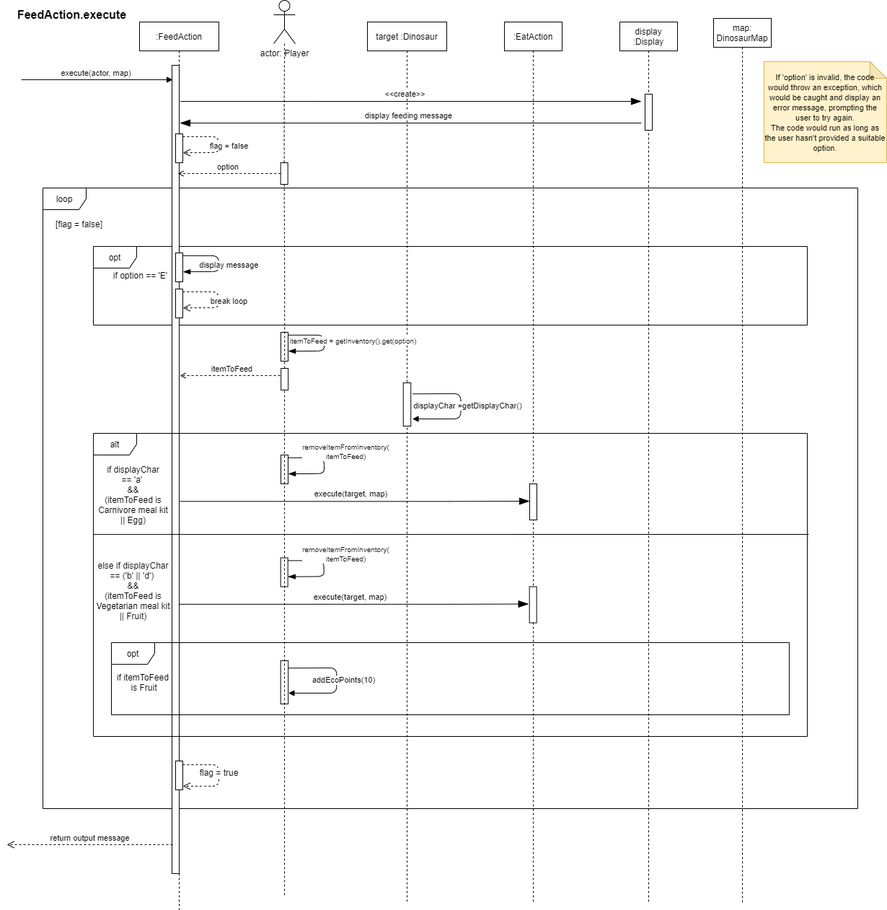
mltw/fit2099-jurassic-park-2021 keeps this draw.io diagram as assignment_workings/FeedAction.execute.png. Above is the earlier version. Source tidied: cells renumbered, new cells last; positions are measured from the earlier drawing's top-left corner, leaving out a move shared by most shapes.
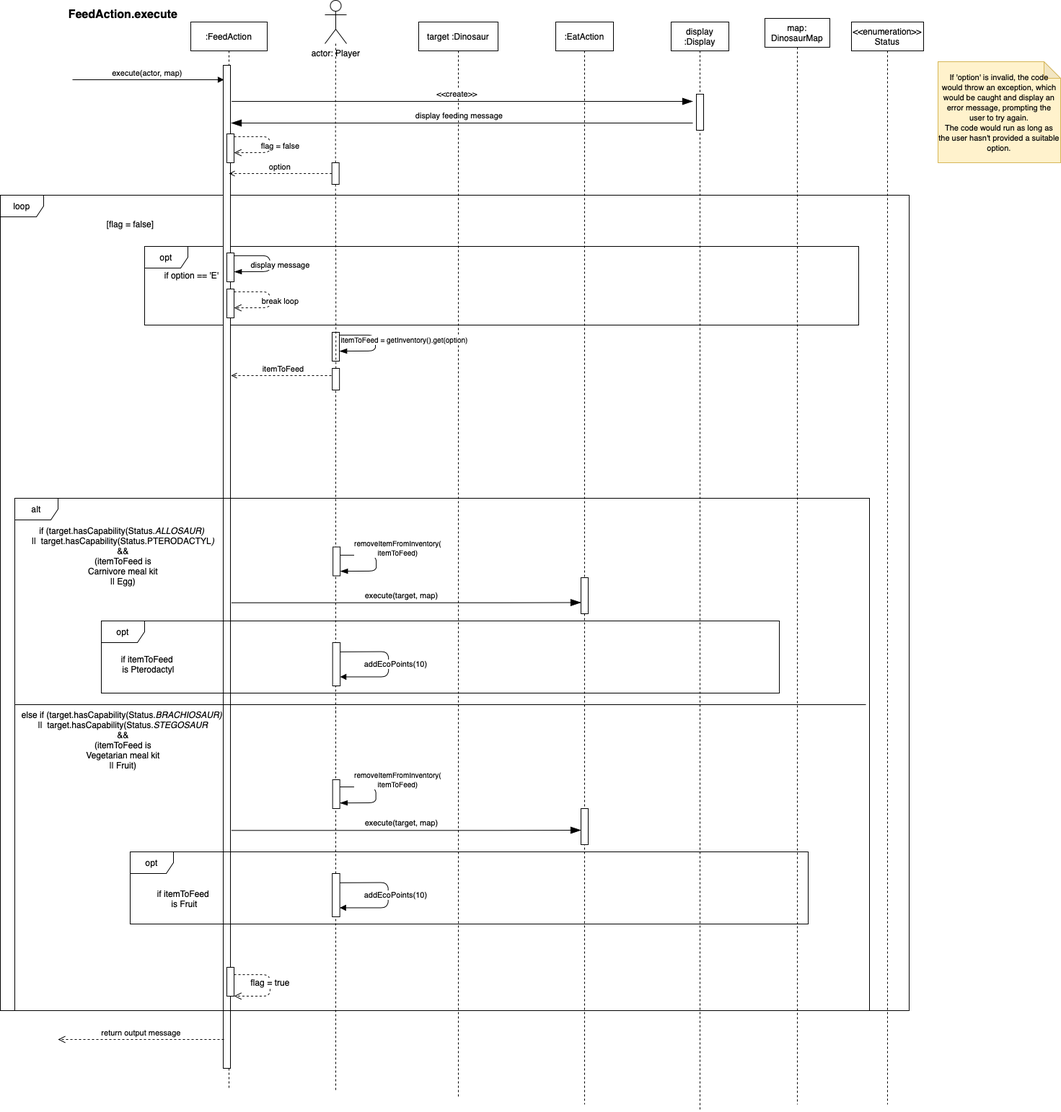
Above is the later version.

Commit message:
update FeedAction sequence diagram

The edit, as a diff of the source:
```diff
@@ -2,20 +2,28 @@
   <root>
     <mxCell id="0" />
     <mxCell id="1" parent="0" />
+    <mxCell id="54" style="endArrow=none;dashed=1;html=1;rounded=0;edgeStyle=orthogonalEdgeStyle;" parent="1" edge="1" target="53">
+      <mxGeometry relative="1" as="geometry">
+        <mxPoint x="385" y="1510" as="sourcePoint" />
+        <Array as="points">
+          <mxPoint x="385" y="985" />
+        </Array>
+      </mxGeometry>
+    </mxCell>
     <mxCell id="2" value="opt" style="shape=umlFrame;whiteSpace=wrap;html=1;" parent="1" vertex="1">
       <mxGeometry x="120" y="341" width="990" height="109" as="geometry" />
     </mxCell>
     <mxCell id="3" value="loop" style="shape=umlFrame;whiteSpace=wrap;html=1;" parent="1" vertex="1">
-      <mxGeometry x="50" y="260" width="1130" height="860" as="geometry" />
+      <mxGeometry x="-80" y="270" width="1260" height="1130" as="geometry" />
     </mxCell>
     <mxCell id="4" value="[flag = false]" style="text;html=1;align=center;verticalAlign=middle;strokeColor=none;" parent="1" vertex="1">
       <mxGeometry x="60" y="300" width="80" height="20" as="geometry" />
     </mxCell>
     <mxCell id="5" value=":FeedAction" style="shape=umlLifeline;perimeter=lifelinePerimeter;whiteSpace=wrap;html=1;" parent="1" vertex="1">
-      <mxGeometry x="184" y="30" width="110" height="1230" as="geometry" />
+      <mxGeometry x="184" y="30" width="106" height="1480" as="geometry" />
     </mxCell>
     <mxCell id="6" style="html=1;perimeter=orthogonalPerimeter;" parent="5" vertex="1">
-      <mxGeometry x="45" y="60" width="10" height="1120" as="geometry" />
+      <mxGeometry x="45" y="60" width="10" height="1390" as="geometry" />
     </mxCell>
     <mxCell id="7" style="html=1;perimeter=orthogonalPerimeter;" parent="5" vertex="1">
       <mxGeometry x="50" y="155" width="10" height="40" as="geometry" />
@@ -60,38 +68,25 @@
       </mxGeometry>
     </mxCell>
     <mxCell id="13" style="html=1;perimeter=orthogonalPerimeter;" parent="5" vertex="1">
-      <mxGeometry x="50" y="1024" width="10" height="40" as="geometry" />
+      <mxGeometry x="50" y="1310" width="10" height="40" as="geometry" />
     </mxCell>
     <mxCell id="14" value="&lt;font style=&quot;font-size: 12px&quot;&gt;flag = true&lt;/font&gt;" style="html=1;verticalAlign=bottom;endArrow=open;endSize=8;entryX=0.983;entryY=0.807;entryDx=0;entryDy=0;entryPerimeter=0;endFill=0;dashed=1;" parent="5" edge="1">
-      <mxGeometry as="geometry">
-        <mxPoint x="60" y="1029.1" as="sourcePoint" />
-        <mxPoint x="60.2" y="1058.9" as="targetPoint" />
+      <mxGeometry y="291" as="geometry">
+        <mxPoint x="60" y="1320.1" as="sourcePoint" />
+        <mxPoint x="60.2" y="1349.9" as="targetPoint" />
         <Array as="points">
-          <mxPoint x="110" y="1029.1" />
-          <mxPoint x="110" y="1058.5" />
-          <mxPoint x="96" y="1059" />
+          <mxPoint x="110" y="1320.1" />
+          <mxPoint x="110" y="1349.5" />
+          <mxPoint x="96" y="1350" />
         </Array>
         <mxPoint x="50" y="6" as="offset" />
       </mxGeometry>
     </mxCell>
     <mxCell id="15" value="target :Dinosaur" style="shape=umlLifeline;perimeter=lifelinePerimeter;whiteSpace=wrap;html=1;" parent="1" vertex="1">
-      <mxGeometry x="500" y="30" width="110" height="1220" as="geometry" />
+      <mxGeometry x="500" y="30" width="110" height="1490" as="geometry" />
     </mxCell>
-    <mxCell id="16" style="html=1;perimeter=orthogonalPerimeter;" parent="15" vertex="1">
-      <mxGeometry x="49.8" y="500" width="10.5" height="60" as="geometry" />
-    </mxCell>
-    <mxCell id="17" value="&lt;font face=&quot;helvetica&quot;&gt;displayChar =getDisplayChar()&lt;/font&gt;" style="html=1;verticalAlign=bottom;endArrow=block;exitX=1.191;exitY=0.305;exitDx=0;exitDy=0;exitPerimeter=0;" parent="15" edge="1">
-      <mxGeometry x="0.1" y="10" relative="1" as="geometry">
-        <mxPoint x="62.5" y="515.4" as="sourcePoint" />
-        <mxPoint x="62.5" y="550" as="targetPoint" />
-        <Array as="points">
-          <mxPoint x="129.5" y="515" />
-          <mxPoint x="129.5" y="550" />
-        </Array>
-      </mxGeometry>
-    </mxCell>
     <mxCell id="18" value=":EatAction" style="shape=umlLifeline;perimeter=lifelinePerimeter;whiteSpace=wrap;html=1;" parent="1" vertex="1">
-      <mxGeometry x="690" y="30" width="80" height="1220" as="geometry" />
+      <mxGeometry x="690" y="30" width="80" height="1500" as="geometry" />
     </mxCell>
     <mxCell id="19" value="actor: Player" style="shape=umlActor;verticalLabelPosition=bottom;verticalAlign=top;html=1;outlineConnect=0;" parent="1" vertex="1">
       <mxGeometry x="370" width="30" height="60" as="geometry" />
@@ -106,7 +101,7 @@
       </mxGeometry>
     </mxCell>
     <mxCell id="22" value="display&lt;br&gt;:Display" style="shape=umlLifeline;perimeter=lifelinePerimeter;whiteSpace=wrap;html=1;" parent="1" vertex="1">
-      <mxGeometry x="850" y="30" width="80" height="1220" as="geometry" />
+      <mxGeometry x="850" y="30" width="80" height="1510" as="geometry" />
     </mxCell>
     <mxCell id="23" style="html=1;perimeter=orthogonalPerimeter;" parent="22" vertex="1">
       <mxGeometry x="35" y="100" width="10" height="50" as="geometry" />
@@ -151,106 +146,97 @@
       </mxGeometry>
     </mxCell>
     <mxCell id="31" value="alt" style="shape=umlFrame;whiteSpace=wrap;html=1;" parent="1" vertex="1">
-      <mxGeometry x="120" y="600" width="990" height="420" as="geometry" />
+      <mxGeometry x="-60" y="690" width="1185" height="710" as="geometry" />
     </mxCell>
-    <mxCell id="32" value="if displayChar&lt;br&gt;== 'a'&amp;nbsp;&lt;br&gt;&amp;amp;&amp;amp;&lt;br&gt;(itemToFeed is&lt;br&gt;Carnivore meal kit&lt;br&gt;|| Egg)" style="text;html=1;align=center;verticalAlign=middle;strokeColor=none;" parent="1" vertex="1">
-      <mxGeometry x="120" y="640" width="110" height="90" as="geometry" />
+    <mxCell id="32" value="if (target.hasCapability(Status.&lt;i&gt;ALLOSAUR) &lt;br&gt;&lt;/i&gt;||&lt;i&gt;&amp;nbsp;&lt;/i&gt;&amp;nbsp;target.hasCapability(Status.PTERODACTYL&lt;i&gt;)&lt;/i&gt;&lt;br&gt;&amp;amp;&amp;amp;&lt;br&gt;(itemToFeed is&lt;br&gt;Carnivore meal kit&lt;br&gt;|| Egg)" style="text;html=1;align=center;verticalAlign=middle;strokeColor=none;" parent="1" vertex="1">
+      <mxGeometry x="-45" y="725" width="270" height="90" as="geometry" />
     </mxCell>
     <mxCell id="33" style="html=1;perimeter=orthogonalPerimeter;" parent="1" vertex="1">
-      <mxGeometry x="380" y="630" width="10" height="40" as="geometry" />
+      <mxGeometry x="381.1" y="757.5" width="10" height="40" as="geometry" />
     </mxCell>
     <mxCell id="34" value="&lt;font style=&quot;font-size: 10px&quot;&gt;removeItemFromInventory(&lt;br&gt;itemToFeed)&lt;br&gt;&lt;/font&gt;" style="html=1;verticalAlign=bottom;endArrow=blockThin;endSize=8;entryX=0.983;entryY=0.807;entryDx=0;entryDy=0;entryPerimeter=0;endFill=1;" parent="1" edge="1">
       <mxGeometry x="-0.08" y="30" relative="1" as="geometry">
-        <mxPoint x="390" y="633.9" as="sourcePoint" />
-        <mxPoint x="390.2" y="656.1" as="targetPoint" />
+        <mxPoint x="391.1" y="768.9" as="sourcePoint" />
+        <mxPoint x="391.4" y="791.1" as="targetPoint" />
         <Array as="points">
-          <mxPoint x="440" y="633.9" />
-          <mxPoint x="440" y="655.9" />
+          <mxPoint x="441.1" y="768.9" />
+          <mxPoint x="441.1" y="790.9" />
         </Array>
       </mxGeometry>
     </mxCell>
     <mxCell id="35" style="html=1;perimeter=orthogonalPerimeter;" parent="1" vertex="1">
-      <mxGeometry x="725" y="670" width="10" height="50" as="geometry" />
+      <mxGeometry x="725" y="800" width="10" height="50" as="geometry" />
     </mxCell>
     <mxCell id="36" value="execute(target, map)" style="endArrow=blockThin;endSize=12;html=1;rounded=0;edgeStyle=orthogonalEdgeStyle;endFill=1;" parent="1" edge="1">
       <mxGeometry x="-0.03" y="10" relative="1" as="geometry">
-        <mxPoint x="240.3" y="694.3" as="sourcePoint" />
-        <mxPoint x="725" y="694" as="targetPoint" />
+        <mxPoint x="240.3" y="834.8" as="sourcePoint" />
+        <mxPoint x="725" y="834.5" as="targetPoint" />
         <Array as="points">
-          <mxPoint x="615" y="694" />
-          <mxPoint x="615" y="694" />
+          <mxPoint x="615" y="834.5" />
+          <mxPoint x="615" y="834.5" />
         </Array>
       </mxGeometry>
     </mxCell>
     <mxCell id="37" value="map: DinosaurMap&lt;span style=&quot;color: rgba(0 , 0 , 0 , 0) ; font-family: monospace ; font-size: 0px&quot;&gt;%3CmxGraphModel%3E%3Croot%3E%3CmxCell%20id%3D%220%22%2F%3E%3CmxCell%20id%3D%221%22%20parent%3D%220%22%2F%3E%3CmxCell%20id%3D%222%22%20value%3D%22corpse%3A%20Corpse%22%20style%3D%22shape%3DumlLifeline%3Bperimeter%3DlifelinePerimeter%3BwhiteSpace%3Dwrap%3Bhtml%3D1%3Bcontainer%3D1%3Bcollapsible%3D0%3BrecursiveResize%3D0%3BoutlineConnect%3D0%3B%22%20vertex%3D%221%22%20parent%3D%221%22%3E%3CmxGeometry%20x%3D%22880%22%20y%3D%2240%22%20width%3D%22100%22%20height%3D%222000%22%20as%3D%22geometry%22%2F%3E%3C%2FmxCell%3E%3CmxCell%20id%3D%223%22%20value%3D%22%22%20style%3D%22html%3D1%3Bpoints%3D%5B%5D%3Bperimeter%3DorthogonalPerimeter%3B%22%20vertex%3D%221%22%20parent%3D%222%22%3E%3CmxGeometry%20x%3D%2245%22%20y%3D%22700%22%20width%3D%2210%22%20height%3D%2230%22%20as%3D%22geometry%22%2F%3E%3C%2FmxCell%3E%3CmxCell%20id%3D%224%22%20value%3D%22%22%20style%3D%22html%3D1%3Bpoints%3D%5B%5D%3Bperimeter%3DorthogonalPerimeter%3B%22%20vertex%3D%221%22%20parent%3D%222%22%3E%3CmxGeometry%20x%3D%2245%22%20y%3D%22785%22%20width%3D%2210%22%20height%3D%2230%22%20as%3D%22geometry%22%2F%3E%3C%2FmxCell%3E%3CmxCell%20id%3D%225%22%20value%3D%22%22%20style%3D%22html%3D1%3Bpoints%3D%5B%5D%3Bperimeter%3DorthogonalPerimeter%3B%22%20vertex%3D%221%22%20parent%3D%222%22%3E%3CmxGeometry%20x%3D%2245%22%20y%3D%22850%22%20width%3D%2210%22%20height%3D%2230%22%20as%3D%22geometry%22%2F%3E%3C%2FmxCell%3E%3C%2Froot%3E%3C%2FmxGraphModel%3E&lt;/span&gt;" style="shape=umlLifeline;perimeter=lifelinePerimeter;whiteSpace=wrap;html=1;" parent="1" vertex="1">
-      <mxGeometry x="980" y="25" width="80" height="1225" as="geometry" />
+      <mxGeometry x="980" y="25" width="90" height="1505" as="geometry" />
     </mxCell>
-    <mxCell id="38" value="else if displayChar&lt;br&gt;== ('b' || 'd')&amp;nbsp;&lt;br&gt;&amp;amp;&amp;amp;&lt;br&gt;(itemToFeed is&lt;br&gt;Vegetarian meal kit&lt;br&gt;|| Fruit)" style="text;html=1;align=center;verticalAlign=middle;strokeColor=none;" parent="1" vertex="1">
-      <mxGeometry x="115" y="772.5" width="120" height="90" as="geometry" />
+    <mxCell id="38" value="else if&amp;nbsp;(target.hasCapability(Status.&lt;i&gt;BRACHIOSAUR)&amp;nbsp;&lt;br&gt;&lt;/i&gt;||&lt;i&gt;&amp;nbsp;&lt;/i&gt;&amp;nbsp;target.hasCapability(Status.&lt;i&gt;STEGOSAUR&lt;/i&gt;&lt;br&gt;&amp;amp;&amp;amp;&lt;br&gt;(itemToFeed is&lt;br&gt;Vegetarian meal kit&lt;br&gt;|| Fruit)" style="text;html=1;align=center;verticalAlign=middle;strokeColor=none;" parent="1" vertex="1">
+      <mxGeometry x="-60" y="980" width="300" height="90" as="geometry" />
     </mxCell>
     <mxCell id="39" style="html=1;perimeter=orthogonalPerimeter;" parent="1" vertex="1">
-      <mxGeometry x="379.7" y="772.5" width="10" height="40" as="geometry" />
+      <mxGeometry x="380.7" y="1080" width="10" height="40" as="geometry" />
     </mxCell>
     <mxCell id="40" value="&lt;font style=&quot;font-size: 10px&quot;&gt;removeItemFromInventory(&lt;br&gt;itemToFeed)&lt;br&gt;&lt;/font&gt;" style="html=1;verticalAlign=bottom;endArrow=blockThin;endSize=8;entryX=0.983;entryY=0.807;entryDx=0;entryDy=0;entryPerimeter=0;endFill=1;" parent="1" edge="1">
       <mxGeometry x="-0.08" y="30" relative="1" as="geometry">
-        <mxPoint x="389.7" y="776.4" as="sourcePoint" />
-        <mxPoint x="389.9" y="798.6" as="targetPoint" />
+        <mxPoint x="390.7" y="1090" as="sourcePoint" />
+        <mxPoint x="390.9" y="1112.3" as="targetPoint" />
         <Array as="points">
-          <mxPoint x="439.7" y="776.4" />
-          <mxPoint x="439.7" y="798.4" />
+          <mxPoint x="440.7" y="1090" />
+          <mxPoint x="440.7" y="1112" />
         </Array>
       </mxGeometry>
     </mxCell>
     <mxCell id="41" style="html=1;perimeter=orthogonalPerimeter;" parent="1" vertex="1">
-      <mxGeometry x="724.7" y="812.5" width="10" height="50" as="geometry" />
+      <mxGeometry x="725" y="1120" width="10" height="50" as="geometry" />
     </mxCell>
     <mxCell id="42" value="execute(target, map)" style="endArrow=blockThin;endSize=12;html=1;rounded=0;edgeStyle=orthogonalEdgeStyle;endFill=1;" parent="1" edge="1">
       <mxGeometry x="-0.03" y="10" relative="1" as="geometry">
-        <mxPoint x="239" y="836.8" as="sourcePoint" />
-        <mxPoint x="723.7" y="836.5" as="targetPoint" />
+        <mxPoint x="240.3" y="1150.3" as="sourcePoint" />
+        <mxPoint x="725" y="1150" as="targetPoint" />
         <Array as="points">
-          <mxPoint x="613.7" y="836.5" />
-          <mxPoint x="613.7" y="836.5" />
+          <mxPoint x="615" y="1150" />
+          <mxPoint x="615" y="1150" />
         </Array>
       </mxGeometry>
     </mxCell>
     <mxCell id="43" value="opt" style="shape=umlFrame;whiteSpace=wrap;html=1;" parent="1" vertex="1">
-      <mxGeometry x="145" y="890" width="940" height="100" as="geometry" />
+      <mxGeometry x="100" y="1180" width="940" height="100" as="geometry" />
     </mxCell>
     <mxCell id="44" value="if itemToFeed &lt;br&gt;is Fruit" style="text;html=1;align=center;verticalAlign=middle;strokeColor=none;" parent="1" vertex="1">
-      <mxGeometry x="145" y="930" width="90" height="30" as="geometry" />
+      <mxGeometry x="130" y="1230" width="90" height="30" as="geometry" />
     </mxCell>
     <mxCell id="45" value="&lt;b&gt;&lt;font style=&quot;font-size: 16px&quot;&gt;FeedAction.execute&lt;/font&gt;&lt;/b&gt;" style="text;html=1;align=center;verticalAlign=middle;strokeColor=none;" parent="1" vertex="1">
       <mxGeometry x="5" y="10" width="170" height="20" as="geometry" />
     </mxCell>
     <mxCell id="46" value="return output message" style="html=1;verticalAlign=bottom;endArrow=open;dashed=1;endSize=8;rounded=0;edgeStyle=orthogonalEdgeStyle;" parent="1" edge="1">
       <mxGeometry relative="1" as="geometry">
-        <mxPoint x="230" y="1170" as="sourcePoint" />
-        <mxPoint y="1170" as="targetPoint" />
+        <mxPoint x="230" y="1440" as="sourcePoint" />
+        <mxPoint y="1440" as="targetPoint" />
         <Array as="points">
-          <mxPoint y="1170" />
+          <mxPoint y="1440" />
         </Array>
       </mxGeometry>
     </mxCell>
-    <mxCell id="47" style="endArrow=none;html=1;rounded=0;edgeStyle=orthogonalEdgeStyle;" parent="1" edge="1">
-      <mxGeometry relative="1" as="geometry">
-        <mxPoint x="120" y="740.1" as="sourcePoint" />
-        <mxPoint x="1112" y="740" as="targetPoint" />
-        <Array as="points">
-          <mxPoint x="1112" y="739.9" />
-        </Array>
-      </mxGeometry>
-    </mxCell>
     <mxCell id="48" style="html=1;perimeter=orthogonalPerimeter;" parent="1" vertex="1">
-      <mxGeometry x="379.7" y="915" width="10.5" height="60" as="geometry" />
+      <mxGeometry x="380.2" y="1210" width="10.5" height="60" as="geometry" />
     </mxCell>
     <mxCell id="49" value="&lt;font face=&quot;helvetica&quot;&gt;addEcoPoints(10)&lt;/font&gt;" style="html=1;verticalAlign=bottom;endArrow=block;exitX=1.191;exitY=0.305;exitDx=0;exitDy=0;exitPerimeter=0;" parent="1" edge="1">
       <mxGeometry x="0.1" y="10" relative="1" as="geometry">
-        <mxPoint x="390.4" y="925.3" as="sourcePoint" />
-        <mxPoint x="390.4" y="960" as="targetPoint" />
+        <mxPoint x="390.7" y="1222.8" as="sourcePoint" />
+        <mxPoint x="390.6" y="1257.5" as="targetPoint" />
         <Array as="points">
-          <mxPoint x="457.4" y="925" />
-          <mxPoint x="457.4" y="960" />
+          <mxPoint x="457.6" y="1222.5" />
+          <mxPoint x="457.6" y="1257.5" />
         </Array>
       </mxGeometry>
     </mxCell>
@@ -268,16 +254,33 @@
     <mxCell id="53" style="html=1;points=[];perimeter=orthogonalPerimeter;" parent="1" vertex="1">
       <mxGeometry x="380.2" y="510" width="10" height="30" as="geometry" />
     </mxCell>
-    <mxCell id="54" style="endArrow=none;dashed=1;html=1;rounded=0;edgeStyle=orthogonalEdgeStyle;" parent="1" edge="1" target="53">
-      <mxGeometry relative="1" as="geometry">
-        <mxPoint x="385" y="1240" as="sourcePoint" />
-        <Array as="points">
-          <mxPoint x="385" y="985" />
-        </Array>
-      </mxGeometry>
-    </mxCell>
     <mxCell id="55" value="&lt;font style=&quot;font-size: 11px&quot;&gt;If 'option' is invalid, the code would throw an exception, which would be caught and display an error message, prompting the user to try again.&lt;br&gt;The code would run as long as the user hasn't provided a suitable option.&lt;br&gt;&lt;/font&gt;" style="shape=note;whiteSpace=wrap;html=1;backgroundOutline=1;darkOpacity=0.05;fillColor=#fff2cc;strokeColor=#d6b656;size=23;" parent="1" vertex="1">
-      <mxGeometry x="1050" y="85" width="170" height="140" as="geometry" />
+      <mxGeometry x="1220" y="85" width="170" height="140" as="geometry" />
     </mxCell>
+    <mxCell id="56" value="&amp;lt;&amp;lt;enumeration&amp;gt;&amp;gt;&lt;br&gt;Status" style="shape=umlLifeline;perimeter=lifelinePerimeter;whiteSpace=wrap;html=1;" parent="1" vertex="1">
+      <mxGeometry x="1100" y="30" width="100" height="1500" as="geometry" />
+    </mxCell>
+    <mxCell id="57" style="line;strokeWidth=1;fillColor=none;align=left;verticalAlign=middle;spacingTop=-1;spacingLeft=3;spacingRight=3;labelPosition=right;" parent="1" vertex="1">
+      <mxGeometry x="-60" y="972" width="1180" height="8" as="geometry" />
+    </mxCell>
+    <mxCell id="58" value="opt" style="shape=umlFrame;whiteSpace=wrap;html=1;" parent="1" vertex="1">
+      <mxGeometry x="60" y="860" width="940" height="100" as="geometry" />
+    </mxCell>
+    <mxCell id="59" style="html=1;perimeter=orthogonalPerimeter;" parent="1" vertex="1">
+      <mxGeometry x="380.6" y="890" width="10.5" height="60" as="geometry" />
+    </mxCell>
+    <mxCell id="60" value="&lt;font face=&quot;helvetica&quot;&gt;addEcoPoints(10)&lt;/font&gt;" style="html=1;verticalAlign=bottom;endArrow=block;exitX=1.191;exitY=0.305;exitDx=0;exitDy=0;exitPerimeter=0;" parent="1" edge="1">
+      <mxGeometry x="0.1" y="10" relative="1" as="geometry">
+        <mxPoint x="391.1" y="902.8" as="sourcePoint" />
+        <mxPoint x="391.1" y="937.5" as="targetPoint" />
+        <Array as="points">
+          <mxPoint x="458.1" y="902.5" />
+          <mxPoint x="458.1" y="937.5" />
+        </Array>
+      </mxGeometry>
+    </mxCell>
+    <mxCell id="61" value="if itemToFeed &lt;br&gt;is Pterodactyl" style="text;html=1;align=center;verticalAlign=middle;strokeColor=none;" parent="1" vertex="1">
+      <mxGeometry x="80" y="905" width="90" height="30" as="geometry" />
+    </mxCell>
   </root>
 </mxGraphModel>
```
